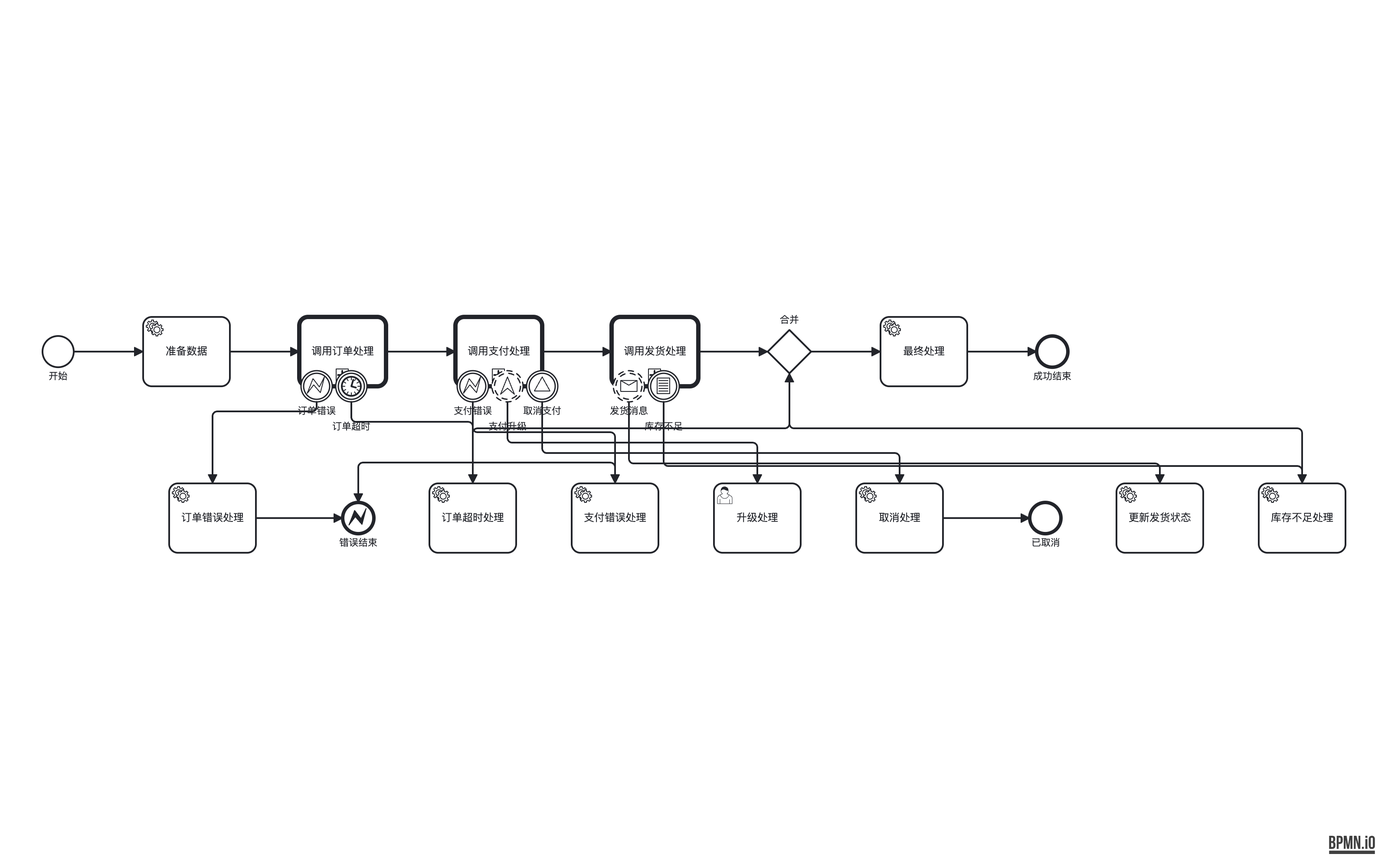
Before: out-bpmn-png/23-call-activity-boundary.png, a diagram exported from BPMN (LcpMarvel/tramito-layout). Its source is kept beside it as out-xml/23-call-activity-boundary.bpmn. Ids are renumbered.
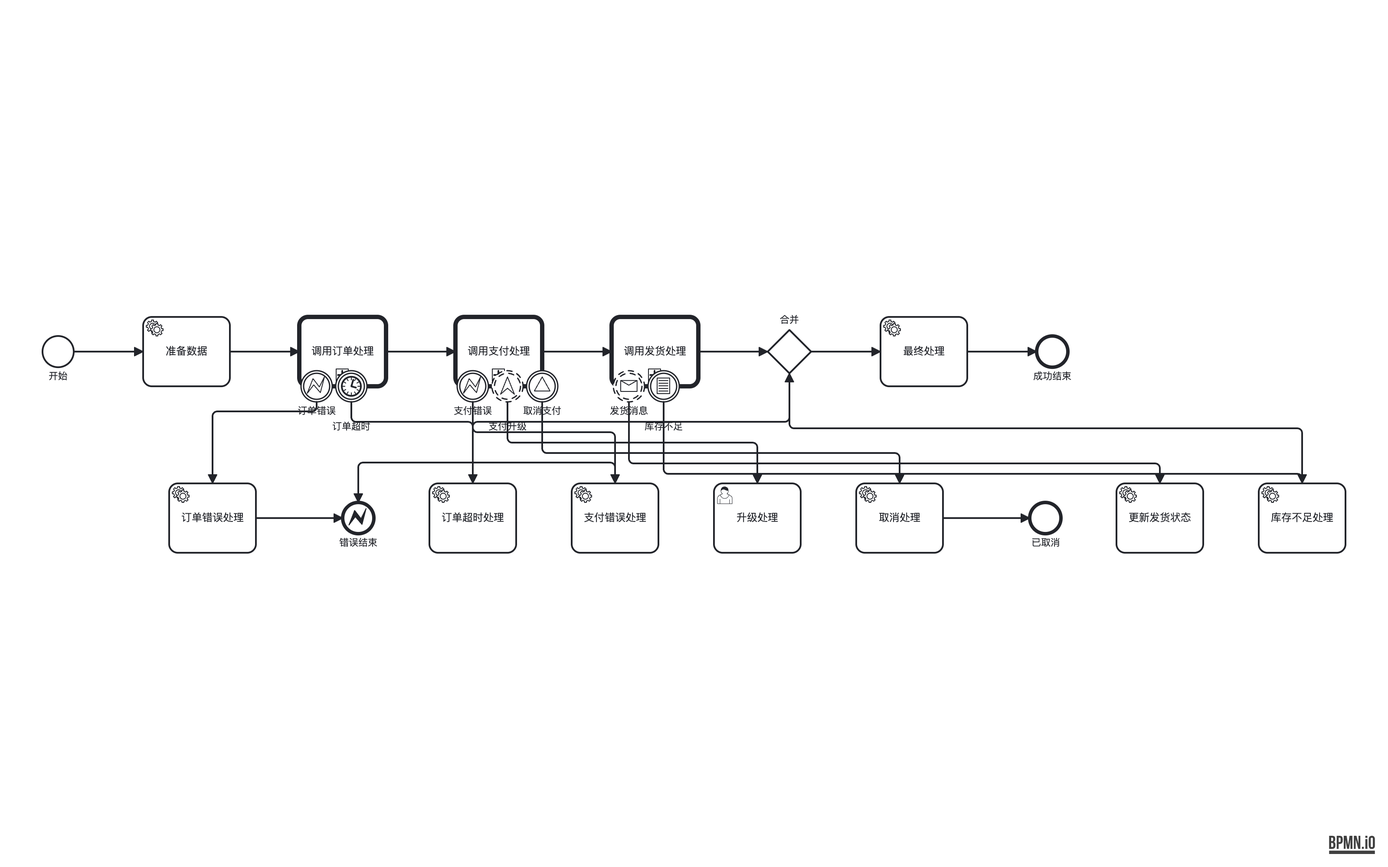
Later version of the same file.

The edit, as a diff of the source:
```diff
@@ -281,8 +281,8 @@
       </bpmndi:BPMNEdge>
       <bpmndi:BPMNEdge id="flow_order_timeout_to_merge_di" bpmnElement="flow_order_timeout_to_merge">
         <di:waypoint x="558" y="224" />
-        <di:waypoint x="558" y="160.5" />
-        <di:waypoint x="923" y="160.5" />
+        <di:waypoint x="558" y="153" />
+        <di:waypoint x="923" y="153" />
         <di:waypoint x="923" y="97" />
       </bpmndi:BPMNEdge>
       <bpmndi:BPMNEdge id="flow_payment_error_di" bpmnElement="flow_payment_error">
@@ -321,8 +321,8 @@
       </bpmndi:BPMNEdge>
       <bpmndi:BPMNEdge id="flow_inventory_di" bpmnElement="flow_inventory">
         <di:waypoint x="778" y="130" />
-        <di:waypoint x="778" y="204" />
-        <di:waypoint x="1514" y="204" />
+        <di:waypoint x="778" y="213" />
+        <di:waypoint x="1514" y="213" />
         <di:waypoint x="1514" y="224" />
       </bpmndi:BPMNEdge>
       <bpmndi:BPMNEdge id="flow_inventory_to_merge_di" bpmnElement="flow_inventory_to_merge">
```
